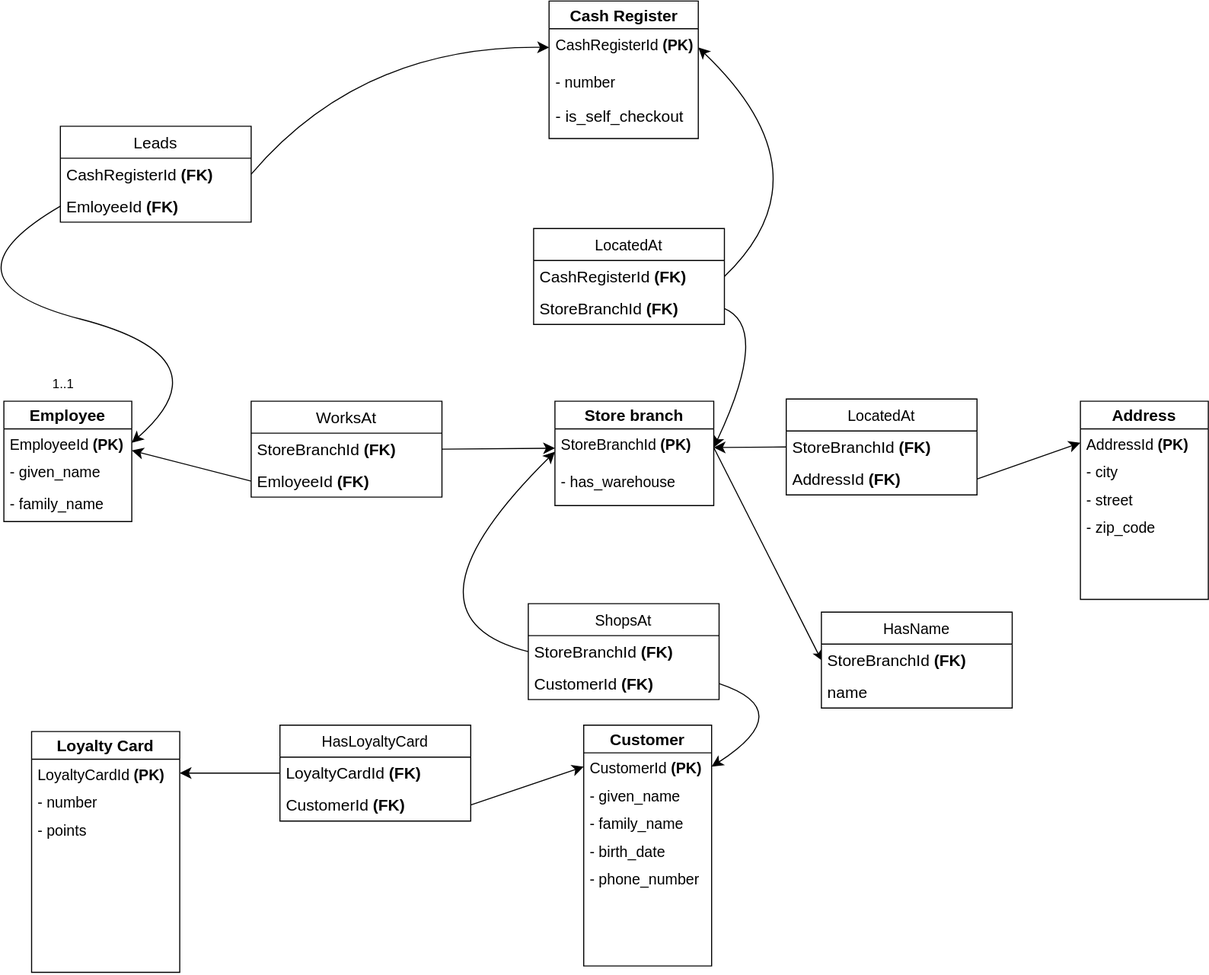
Before: HW4/model/relational.svg, a diagram exported from draw.io (anna-lipatova/Data-Formats-projects). Source tidied: cells renumbered, new cells last; positions are measured from the earlier drawing's top-left corner, leaving out a move shared by most shapes.
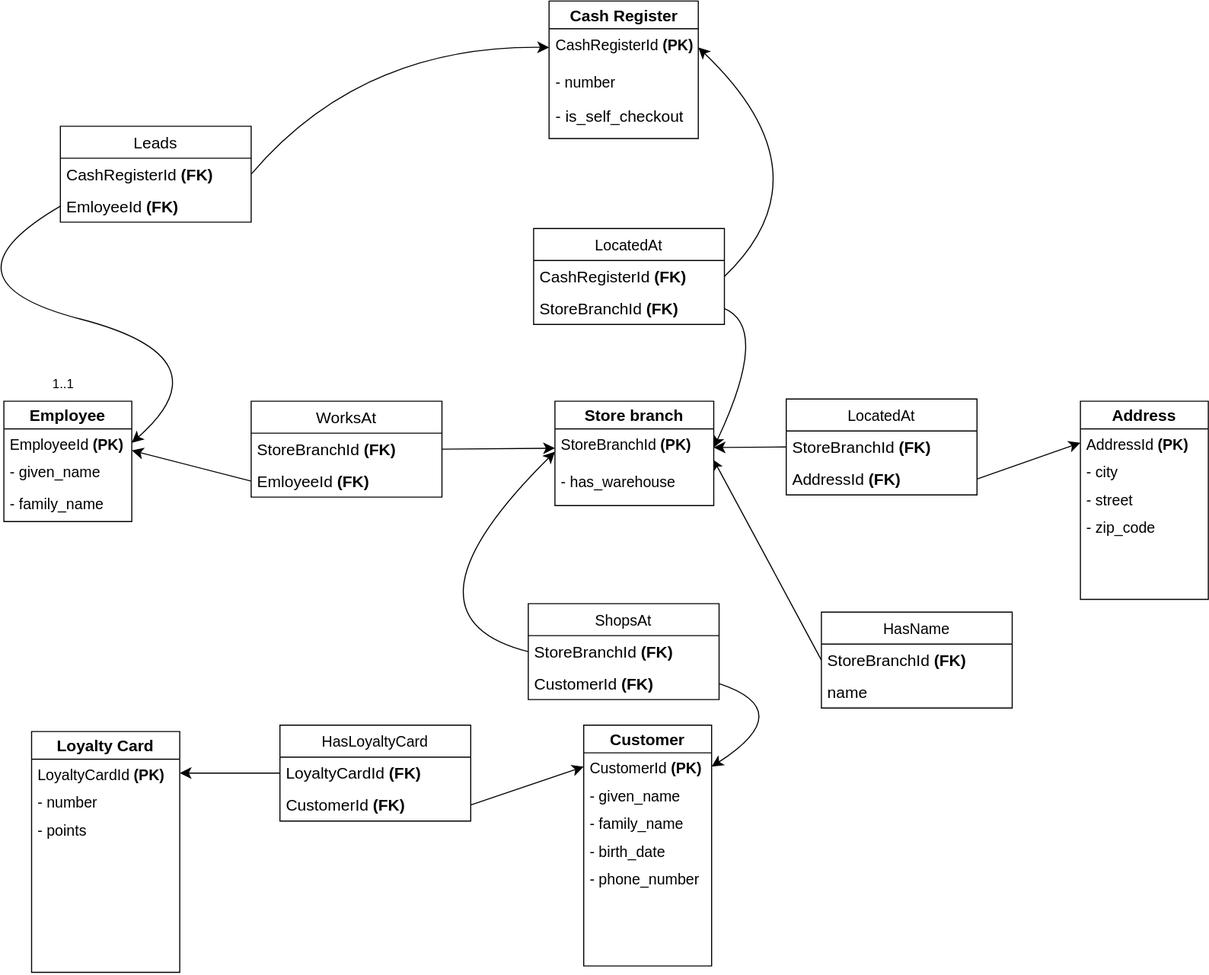
After the change.

What changed in the source:
```diff
@@ -208,7 +208,7 @@
     <mxCell id="61" value="name" style="text;strokeColor=none;fillColor=none;align=left;verticalAlign=middle;spacingLeft=4;spacingRight=4;overflow=hidden;whiteSpace=wrap;html=1;fontSize=15;" parent="59" vertex="1">
       <mxGeometry y="60" width="179" height="30" as="geometry" />
     </mxCell>
-    <mxCell id="62" style="endArrow=classic;html=1;rounded=0;entryX=0;entryY=0.5;entryDx=0;entryDy=0;exitX=1;exitY=0.5;exitDx=0;exitDy=0;" parent="1" edge="1" source="3" target="60">
+    <mxCell id="62" style="endArrow=classic;html=1;rounded=0;exitX=0;exitY=0.5;exitDx=0;exitDy=0;entryX=1;entryY=0.836;entryDx=0;entryDy=0;entryPerimeter=0;" parent="1" edge="1" source="60" target="3">
       <mxGeometry relative="1" as="geometry" />
     </mxCell>
   </root>
```
